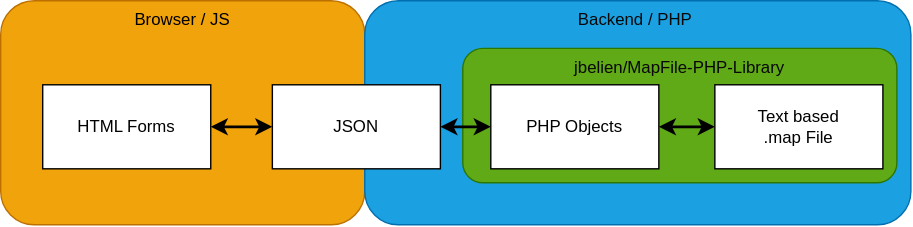
The draw.io diagram docs/dataFlow.svg in STK-Students/MapManager, before a commit. Source tidied: cells renumbered, new cells last; positions are measured from the earlier drawing's top-left corner, leaving out a move shared by most shapes.
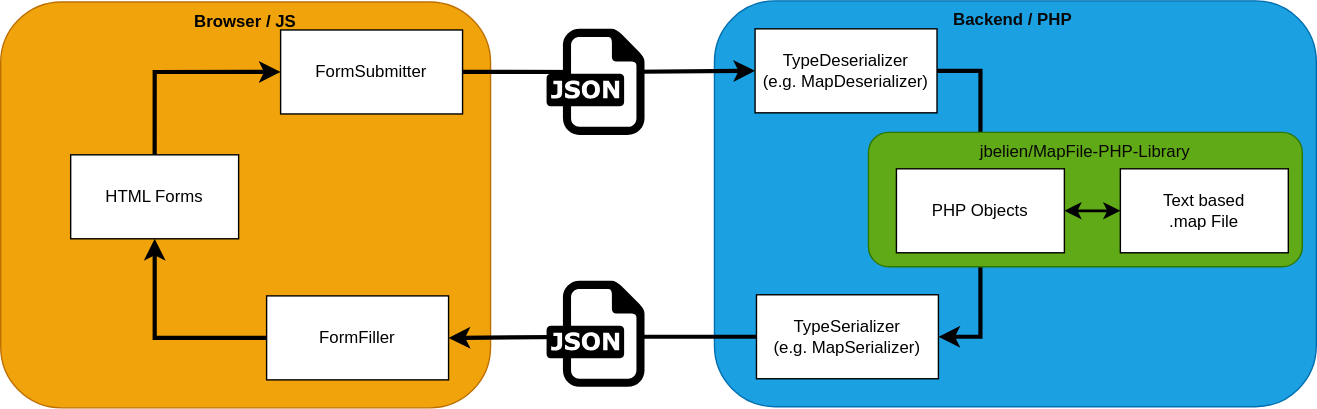
After the change.

Change to the diagram source:
```diff
@@ -2,36 +2,63 @@
   <root>
     <mxCell id="0" />
     <mxCell id="1" parent="0" />
-    <mxCell id="2" value="Browser / JS" style="rounded=1;whiteSpace=wrap;html=1;fillColor=#f0a30a;fontColor=#000000;strokeColor=#BD7000;labelPosition=center;verticalLabelPosition=middle;align=center;verticalAlign=top;horizontal=1;" parent="1" vertex="1">
-      <mxGeometry width="260" height="160" as="geometry" />
+    <mxCell id="2" value="&lt;b&gt;Browser / JS&lt;/b&gt;" style="rounded=1;whiteSpace=wrap;html=1;fillColor=#f0a30a;fontColor=#000000;strokeColor=#BD7000;labelPosition=center;verticalLabelPosition=middle;align=center;verticalAlign=top;horizontal=1;" parent="1" vertex="1">
+      <mxGeometry x="-290" y="-39.2" width="350" height="290" as="geometry" />
     </mxCell>
-    <mxCell id="3" value="&lt;font color=&quot;#080808&quot;&gt;Backend / PHP&amp;nbsp;&lt;/font&gt;" style="rounded=1;whiteSpace=wrap;html=1;fillColor=#1ba1e2;fontColor=#ffffff;strokeColor=#006EAF;verticalAlign=top;" parent="1" vertex="1">
-      <mxGeometry x="260" width="390" height="160" as="geometry" />
+    <mxCell id="3" value="&lt;font color=&quot;#080808&quot;&gt;&lt;b&gt;Backend / PHP&amp;nbsp;&lt;/b&gt;&lt;/font&gt;" style="rounded=1;whiteSpace=wrap;html=1;fillColor=#1ba1e2;fontColor=#ffffff;strokeColor=#006EAF;verticalAlign=top;" parent="1" vertex="1">
+      <mxGeometry x="220" y="-40" width="430" height="290" as="geometry" />
     </mxCell>
+    <mxCell id="13" style="edgeStyle=orthogonalEdgeStyle;rounded=0;jettySize=auto;html=1;exitX=0.5;exitY=1;exitDx=0;exitDy=0;entryX=1;entryY=0.5;entryDx=0;entryDy=0;strokeWidth=3;" parent="1" edge="1" source="7" target="22">
+      <mxGeometry relative="1" as="geometry" />
+    </mxCell>
+    <mxCell id="14" style="edgeStyle=orthogonalEdgeStyle;rounded=0;jettySize=auto;html=1;exitX=1;exitY=0.5;exitDx=0;exitDy=0;entryX=0;entryY=0.5;entryDx=0;entryDy=0;strokeWidth=3;" parent="1" edge="1" source="24" target="21">
+      <mxGeometry relative="1" as="geometry" />
+    </mxCell>
+    <mxCell id="15" style="edgeStyle=orthogonalEdgeStyle;rounded=0;jettySize=auto;html=1;exitX=1;exitY=0.5;exitDx=0;exitDy=0;strokeWidth=3;" parent="1" edge="1" source="21" target="7">
+      <mxGeometry relative="1" as="geometry" />
+    </mxCell>
+    <mxCell id="16" style="edgeStyle=orthogonalEdgeStyle;rounded=0;jettySize=auto;html=1;exitX=0;exitY=0.5;exitDx=0;exitDy=0;strokeWidth=3;" parent="1" edge="1" source="22" target="23">
+      <mxGeometry relative="1" as="geometry" />
+    </mxCell>
+    <mxCell id="17" style="edgeStyle=orthogonalEdgeStyle;rounded=0;jettySize=auto;html=1;exitX=0.5;exitY=0;exitDx=0;exitDy=0;entryX=0;entryY=0.5;entryDx=0;entryDy=0;strokeWidth=3;" parent="1" edge="1" source="9" target="24">
+      <mxGeometry relative="1" as="geometry" />
+    </mxCell>
+    <mxCell id="18" style="edgeStyle=orthogonalEdgeStyle;rounded=0;jettySize=auto;html=1;exitX=0;exitY=0.5;exitDx=0;exitDy=0;strokeWidth=3;" parent="1" edge="1" source="23" target="9">
+      <mxGeometry relative="1" as="geometry" />
+    </mxCell>
+    <mxCell id="19" style="dashed=0;html=1;align=center;labelPosition=center;verticalLabelPosition=bottom;verticalAlign=top;shape=mxgraph.weblogos.json;" parent="1" vertex="1">
+      <mxGeometry x="100" y="-20" width="70" height="75.8" as="geometry" />
+    </mxCell>
+    <mxCell id="20" style="dashed=0;html=1;align=center;labelPosition=center;verticalLabelPosition=bottom;verticalAlign=top;shape=mxgraph.weblogos.json;" parent="1" vertex="1">
+      <mxGeometry x="100" y="160" width="70" height="75.8" as="geometry" />
+    </mxCell>
     <mxCell id="4" value="Elements" parent="0" />
     <mxCell id="5" value="&lt;font color=&quot;#080808&quot;&gt;jbelien/MapFile-PHP-Library&lt;/font&gt;" style="rounded=1;whiteSpace=wrap;html=1;fontColor=#ffffff;verticalAlign=top;fillColor=#60a917;strokeColor=#2D7600;" parent="4" vertex="1">
-      <mxGeometry x="330" y="34" width="310" height="96" as="geometry" />
+      <mxGeometry x="330" y="54" width="310" height="96" as="geometry" />
     </mxCell>
     <mxCell id="6" value="Text based &lt;br&gt;.map File" style="rounded=0;whiteSpace=wrap;html=1;" parent="4" vertex="1">
-      <mxGeometry x="510" y="60" width="120" height="60" as="geometry" />
+      <mxGeometry x="510" y="80" width="120" height="60" as="geometry" />
     </mxCell>
     <mxCell id="7" value="PHP Objects" style="rounded=0;whiteSpace=wrap;html=1;" parent="4" vertex="1">
-      <mxGeometry x="350" y="60" width="120" height="60" as="geometry" />
+      <mxGeometry x="350" y="80" width="120" height="60" as="geometry" />
     </mxCell>
-    <mxCell id="8" value="JSON" style="rounded=0;whiteSpace=wrap;html=1;" parent="4" vertex="1">
-      <mxGeometry x="194" y="60" width="120" height="60" as="geometry" />
-    </mxCell>
     <mxCell id="9" value="HTML Forms" style="rounded=0;whiteSpace=wrap;html=1;" parent="4" vertex="1">
-      <mxGeometry x="30" y="60" width="120" height="60" as="geometry" />
+      <mxGeometry x="-240" y="70" width="120" height="60" as="geometry" />
     </mxCell>
     <mxCell id="10" style="edgeStyle=orthogonalEdgeStyle;rounded=0;jettySize=auto;html=1;startArrow=classic;startFill=1;strokeWidth=2;" parent="4" edge="1" source="7" target="6">
       <mxGeometry relative="1" as="geometry" />
     </mxCell>
-    <mxCell id="11" style="edgeStyle=orthogonalEdgeStyle;rounded=0;jettySize=auto;html=1;startArrow=classic;startFill=1;strokeWidth=2;" parent="4" edge="1" source="8" target="7">
-      <mxGeometry relative="1" as="geometry" />
-    </mxCell>
-    <mxCell id="12" style="edgeStyle=orthogonalEdgeStyle;rounded=0;jettySize=auto;html=1;exitX=1;exitY=0.5;exitDx=0;exitDy=0;entryX=0;entryY=0.5;entryDx=0;entryDy=0;startArrow=classic;startFill=1;strokeWidth=2;" parent="4" edge="1" source="9" target="8">
-      <mxGeometry relative="1" as="geometry" />
-    </mxCell>
+    <mxCell id="21" value="TypeDeserializer&lt;br&gt;(e.g. MapDeserializer)" style="rounded=0;whiteSpace=wrap;html=1;" parent="4" vertex="1">
+      <mxGeometry x="249" y="-20" width="130" height="60" as="geometry" />
+    </mxCell>
+    <mxCell id="22" value="TypeSerializer&lt;br&gt;(e.g. MapSerializer)" style="rounded=0;whiteSpace=wrap;html=1;" parent="4" vertex="1">
+      <mxGeometry x="250" y="170" width="130" height="60" as="geometry" />
+    </mxCell>
+    <mxCell id="23" value="FormFiller" style="rounded=0;whiteSpace=wrap;html=1;" parent="4" vertex="1">
+      <mxGeometry x="-100" y="170.8" width="130" height="60" as="geometry" />
+    </mxCell>
+    <mxCell id="24" value="FormSubmitter" style="rounded=0;whiteSpace=wrap;html=1;" parent="4" vertex="1">
+      <mxGeometry x="-90" y="-19.2" width="130" height="60" as="geometry" />
+    </mxCell>
   </root>
 </mxGraphModel>
```
